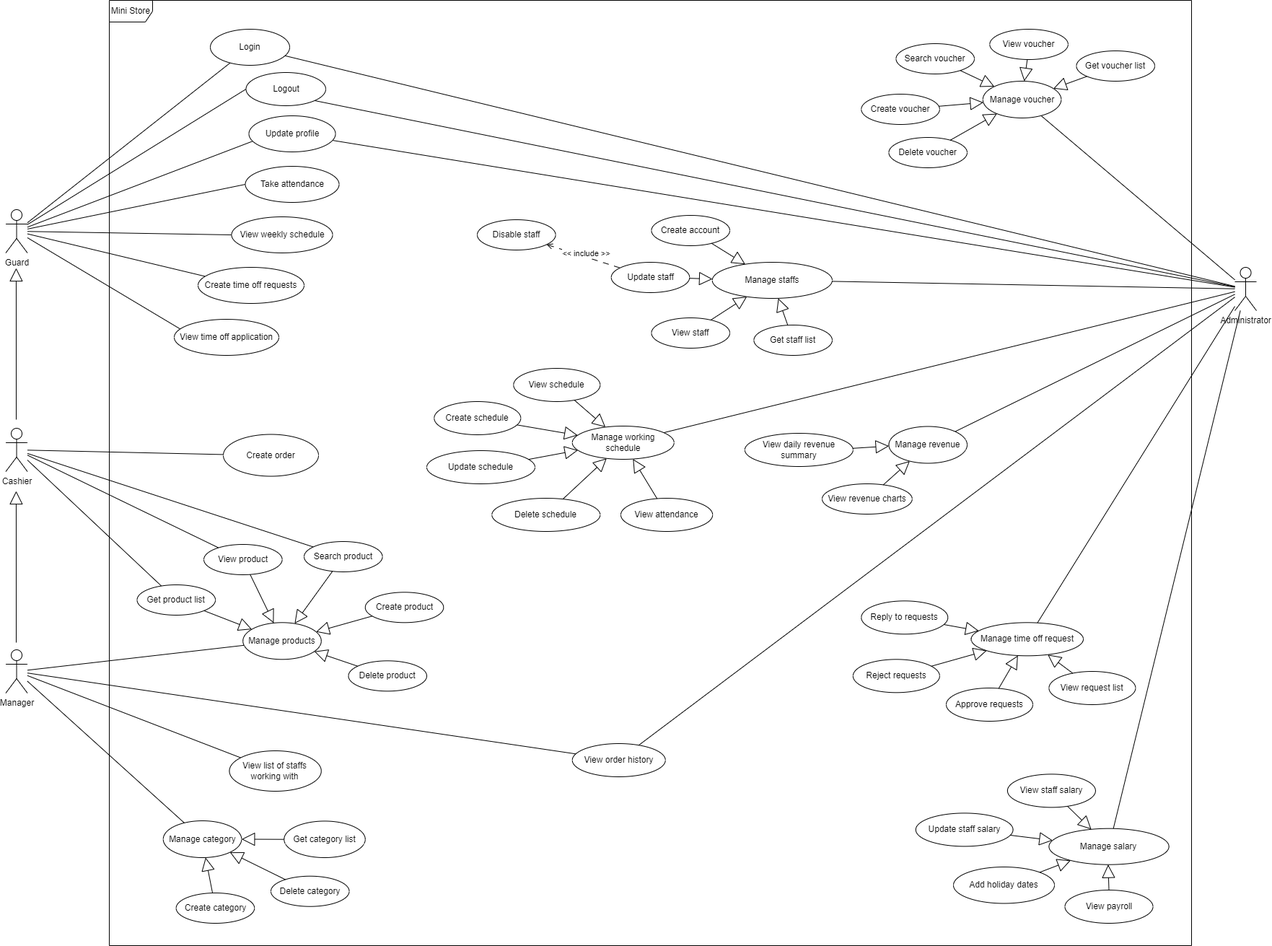
Above: diagram/usecase.png in HieuNghia0000/SWP-Team-3 (draw.io), before the change. Source tidied: cells renumbered, new cells last; positions are measured from the earlier drawing's top-left corner, leaving out a move shared by most shapes.
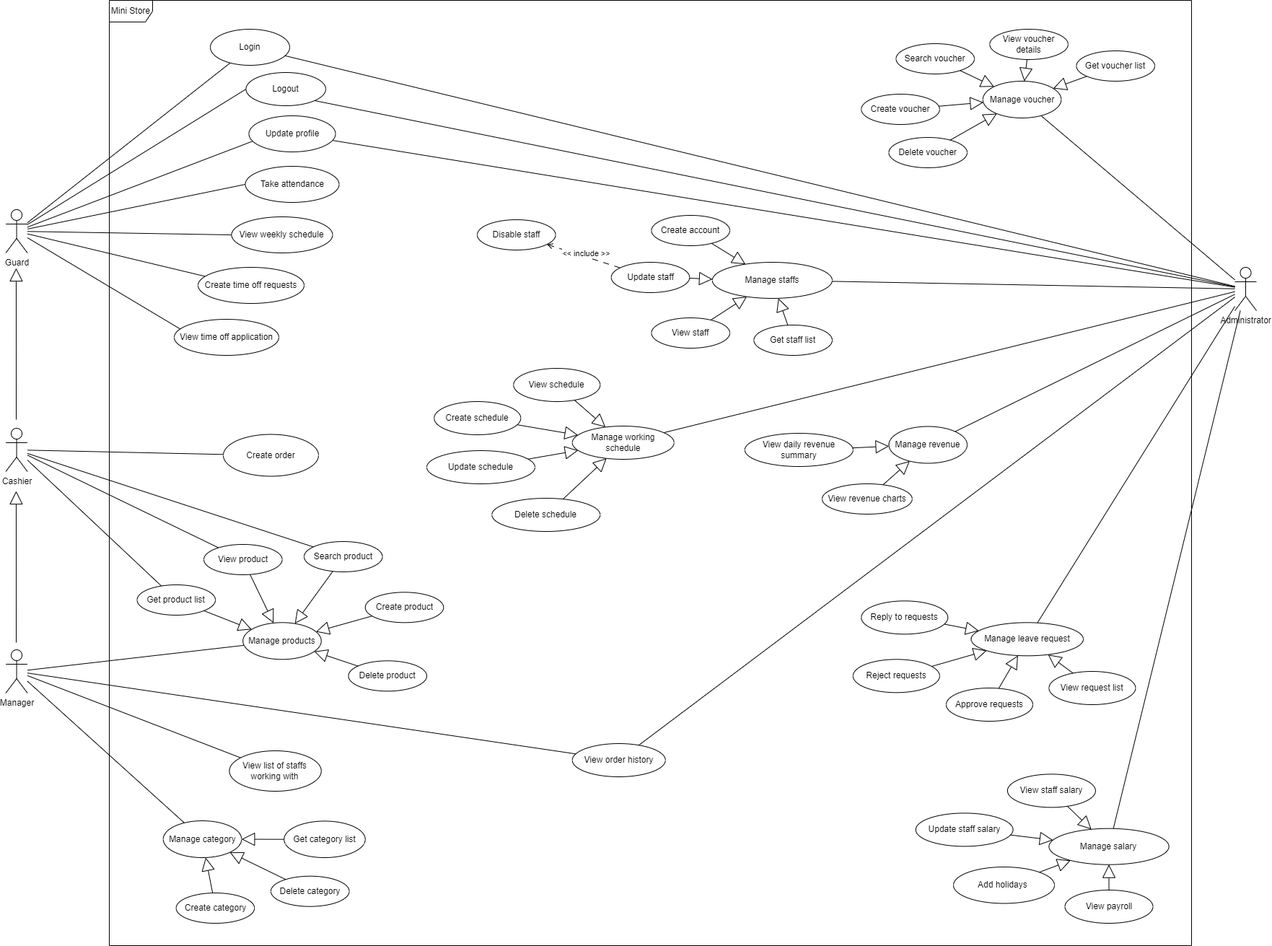
The same diagram one commit later.

Change to the diagram source:
```diff
@@ -215,13 +215,7 @@
     <mxCell id="71" style="endArrow=block;endSize=16;endFill=0;html=1;rounded=0;" parent="1" edge="1" source="70" target="65">
       <mxGeometry relative="1" as="geometry" />
     </mxCell>
-    <mxCell id="72" value="View attendance" style="ellipse;whiteSpace=wrap;html=1;" parent="1" vertex="1">
-      <mxGeometry x="852" y="690" width="127.2" height="46" as="geometry" />
-    </mxCell>
-    <mxCell id="73" style="endArrow=block;endSize=16;endFill=0;html=1;rounded=0;" parent="1" edge="1" source="72" target="65">
-      <mxGeometry relative="1" as="geometry" />
-    </mxCell>
-    <mxCell id="74" value="Manage time off request" style="ellipse;whiteSpace=wrap;html=1;" parent="1" vertex="1">
+    <mxCell id="74" value="Manage leave request" style="ellipse;whiteSpace=wrap;html=1;" parent="1" vertex="1">
       <mxGeometry x="1337.6" y="862.3" width="155.4" height="46" as="geometry" />
     </mxCell>
     <mxCell id="75" value="View request list" style="ellipse;whiteSpace=wrap;html=1;" parent="1" vertex="1">
@@ -251,7 +245,7 @@
     <mxCell id="83" value="View staff salary" style="ellipse;whiteSpace=wrap;html=1;" parent="1" vertex="1">
       <mxGeometry x="1387.9" y="1072.4" width="122" height="46" as="geometry" />
     </mxCell>
-    <mxCell id="84" value="Add holiday dates" style="ellipse;whiteSpace=wrap;html=1;" parent="1" vertex="1">
+    <mxCell id="84" value="Add holidays&amp;nbsp;" style="ellipse;whiteSpace=wrap;html=1;" parent="1" vertex="1">
       <mxGeometry x="1313" y="1201" width="140" height="50.5" as="geometry" />
     </mxCell>
     <mxCell id="85" value="Update staff salary" style="ellipse;whiteSpace=wrap;html=1;" parent="1" vertex="1">
@@ -284,7 +278,7 @@
     <mxCell id="93" value="Manage voucher" style="ellipse;whiteSpace=wrap;html=1;" parent="1" vertex="1">
       <mxGeometry x="1353.8" y="112" width="108.6" height="51" as="geometry" />
     </mxCell>
-    <mxCell id="94" value="View voucher" style="ellipse;whiteSpace=wrap;html=1;" parent="1" vertex="1">
+    <mxCell id="94" value="View voucher details" style="ellipse;whiteSpace=wrap;html=1;" parent="1" vertex="1">
       <mxGeometry x="1363.3" y="40" width="108.6" height="42" as="geometry" />
     </mxCell>
     <mxCell id="95" value="Create voucher" style="ellipse;whiteSpace=wrap;html=1;" parent="1" vertex="1">
```
